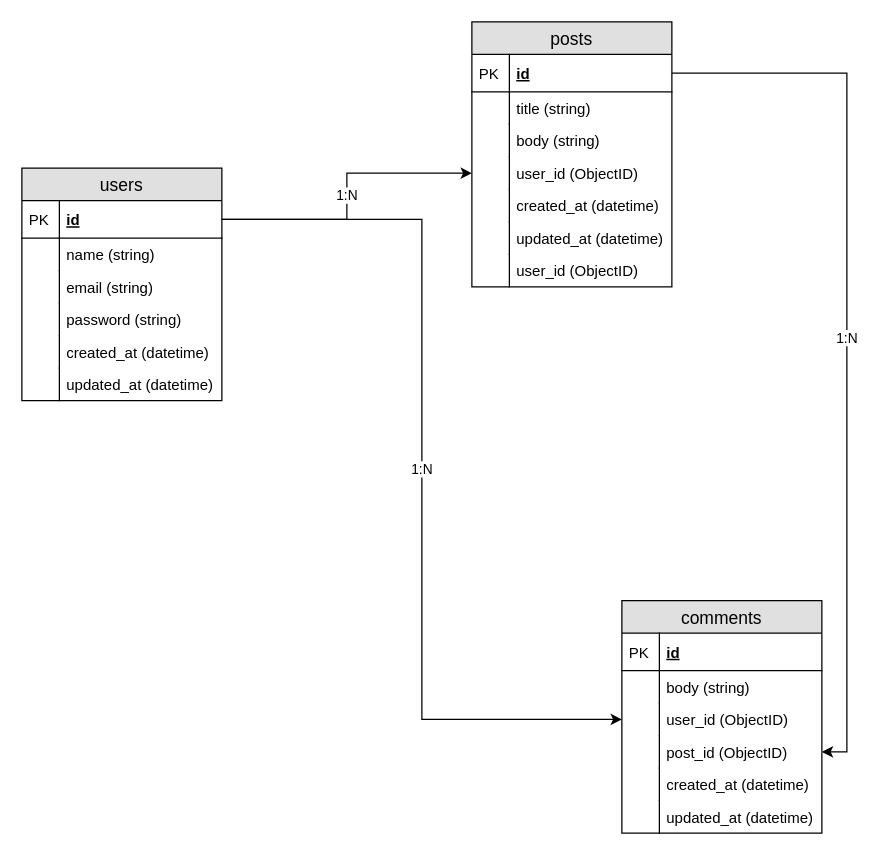
Before: docs/react-fullstack.drawio in sam-ngu/reactexpress_facepalm_tutorial, a draw.io diagram. Source tidied: cells renumbered, new cells numbered last; positions are measured from the earlier drawing's top-left corner, leaving out a move shared by most shapes. Both pictures are drawn from the tidied source at 125%, with x=0, y=0 at pixel (21, 21).
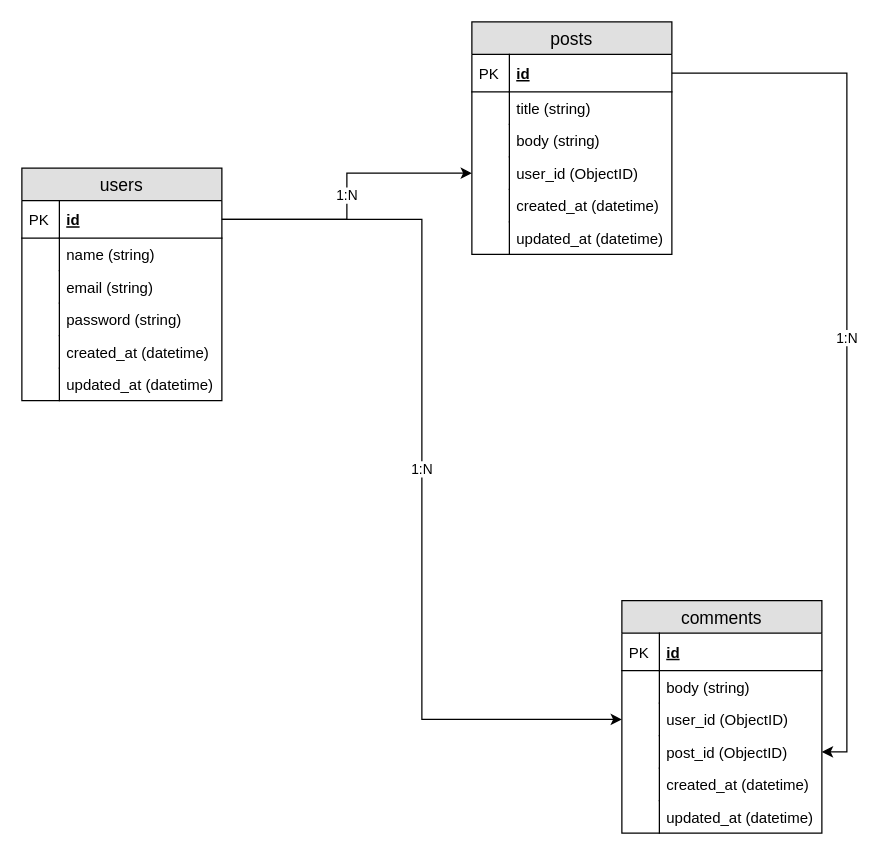
After the change.

Commit message (it also covers changes not shown here):
user can now create post

Change to the diagram source:
```diff
@@
     <mxCell id="15" value="posts" style="swimlane;fontStyle=0;horizontal=1;startSize=26;fillColor=#e0e0e0;swimlaneFillColor=#ffffff;align=center;fontSize=14;" parent="1" vertex="1">
-      <mxGeometry x="360" width="160" height="212" as="geometry" />
+      <mxGeometry x="360" width="160" height="186" as="geometry" />
     </mxCell>
@@
-    <mxCell id="28" value="user_id (ObjectID)" style="shape=partialRectangle;top=0;left=0;right=0;bottom=0;align=left;verticalAlign=top;fillColor=none;spacingLeft=34;spacingRight=4;overflow=hidden;fontSize=12;" parent="15" vertex="1">
-      <mxGeometry y="186" width="160" height="26" as="geometry" />
-    </mxCell>
-    <mxCell id="29" style="shape=partialRectangle;top=0;left=0;bottom=0;fillColor=none;align=left;verticalAlign=top;spacingLeft=4;spacingRight=4;overflow=hidden;fontSize=12;" parent="28" vertex="1">
-      <mxGeometry width="30" height="26" as="geometry" />
-    </mxCell>
```
